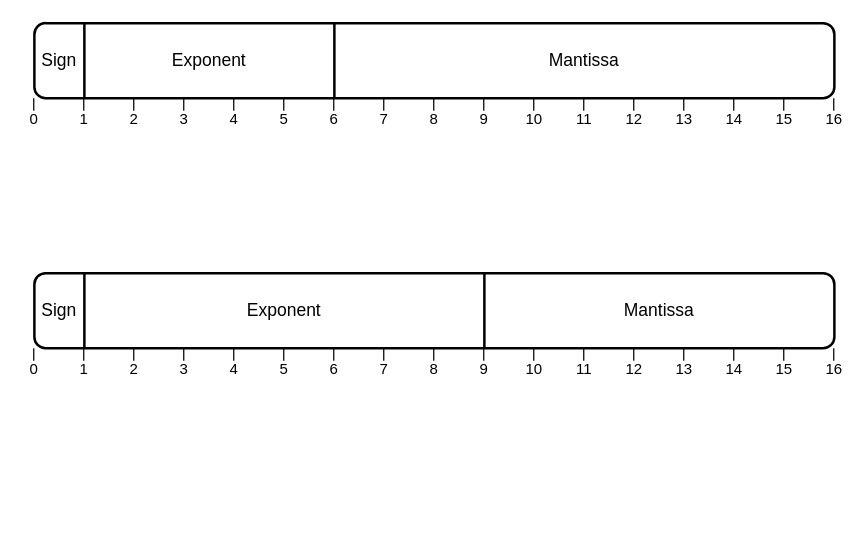
Earlier version of the draw.io diagram assets/float.drawio (data-niklas/master_thesis). Source tidied: cells renumbered, new cells numbered last; positions are measured from the earlier drawing's top-left corner, leaving out a move shared by most shapes. Both pictures are drawn from the tidied source at 125%, with x=0, y=0 at pixel (21, 22).
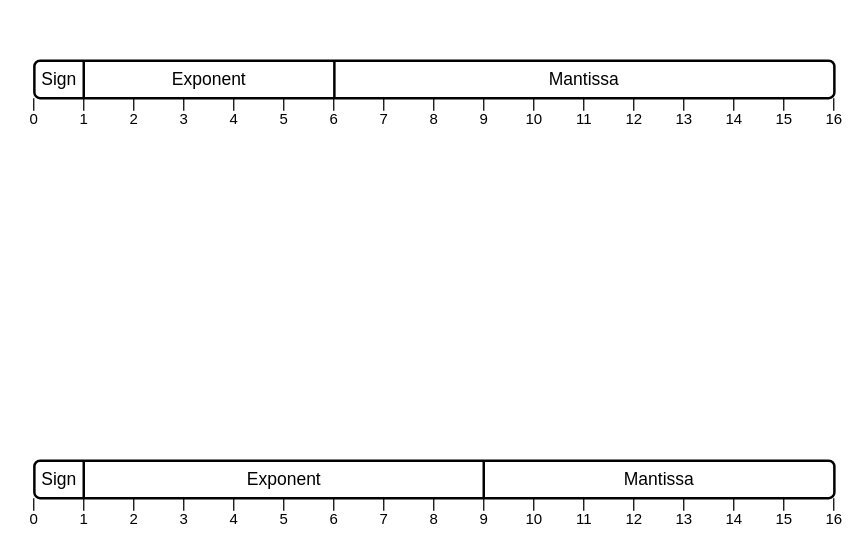
The same page after the edit.

What changed in the source:
```diff
@@
     <mxCell id="2" style="rounded=1;whiteSpace=wrap;html=1;fillColor=default;strokeWidth=2;" parent="1" vertex="1">
-      <mxGeometry x="10" width="640" height="60" as="geometry" />
+      <mxGeometry x="10" y="30" width="640" height="30" as="geometry" />
     </mxCell>
-    <mxCell id="3" style="endArrow=none;html=1;rounded=0;strokeWidth=2;" parent="1" edge="1">
-      <mxGeometry relative="1" as="geometry">
-        <mxPoint x="50" y="60" as="sourcePoint" />
-        <mxPoint x="50" as="targetPoint" />
-      </mxGeometry>
-    </mxCell>
     <mxCell id="4" style="endArrow=none;html=1;rounded=0;strokeWidth=2;" parent="1" edge="1">
       <mxGeometry relative="1" as="geometry">
         <mxPoint x="250" y="60" as="sourcePoint" />
-        <mxPoint x="250" as="targetPoint" />
+        <mxPoint x="250" y="30" as="targetPoint" />
       </mxGeometry>
     </mxCell>
-    <mxCell id="5" style="rounded=1;whiteSpace=wrap;html=1;fillColor=default;strokeWidth=2;" parent="1" vertex="1">
-      <mxGeometry x="10" y="200" width="640" height="60" as="geometry" />
-    </mxCell>
-    <mxCell id="6" style="endArrow=none;html=1;rounded=0;strokeWidth=2;" parent="1" edge="1">
-      <mxGeometry relative="1" as="geometry">
-        <mxPoint x="50" y="260" as="sourcePoint" />
-        <mxPoint x="50" y="200" as="targetPoint" />
-      </mxGeometry>
-    </mxCell>
-    <mxCell id="7" style="endArrow=none;html=1;rounded=0;strokeWidth=2;" parent="1" edge="1">
-      <mxGeometry relative="1" as="geometry">
-        <mxPoint x="370" y="260" as="sourcePoint" />
-        <mxPoint x="370" y="200" as="targetPoint" />
-      </mxGeometry>
-    </mxCell>
@@
-    <mxCell id="40" value="1" style="text;html=1;align=center;verticalAlign=middle;whiteSpace=wrap;rounded=0;spacingTop=3;" parent="1" vertex="1">
-      <mxGeometry x="40" y="260" width="20" height="30" as="geometry" />
-    </mxCell>
-    <mxCell id="41" style="endArrow=none;html=1;rounded=0;strokeWidth=1;" parent="1" edge="1">
-      <mxGeometry relative="1" as="geometry">
-        <mxPoint x="49.5" y="270" as="sourcePoint" />
-        <mxPoint x="49.5" y="260" as="targetPoint" />
-      </mxGeometry>
-    </mxCell>
-    <mxCell id="42" value="2" style="text;html=1;align=center;verticalAlign=middle;whiteSpace=wrap;rounded=0;spacingTop=3;" parent="1" vertex="1">
-      <mxGeometry x="80" y="260" width="20" height="30" as="geometry" />
-    </mxCell>
-    <mxCell id="43" style="endArrow=none;html=1;rounded=0;strokeWidth=1;" parent="1" edge="1">
-      <mxGeometry relative="1" as="geometry">
-        <mxPoint x="89.5" y="270" as="sourcePoint" />
-        <mxPoint x="89.5" y="260" as="targetPoint" />
-      </mxGeometry>
-    </mxCell>
-    <mxCell id="44" value="3" style="text;html=1;align=center;verticalAlign=middle;whiteSpace=wrap;rounded=0;spacingTop=3;" parent="1" vertex="1">
-      <mxGeometry x="120" y="260" width="20" height="30" as="geometry" />
-    </mxCell>
-    <mxCell id="45" style="endArrow=none;html=1;rounded=0;strokeWidth=1;" parent="1" edge="1">
-      <mxGeometry relative="1" as="geometry">
-        <mxPoint x="129.5" y="270" as="sourcePoint" />
-        <mxPoint x="129.5" y="260" as="targetPoint" />
-      </mxGeometry>
-    </mxCell>
-    <mxCell id="46" value="4" style="text;html=1;align=center;verticalAlign=middle;whiteSpace=wrap;rounded=0;spacingTop=3;" parent="1" vertex="1">
-      <mxGeometry x="160" y="260" width="20" height="30" as="geometry" />
-    </mxCell>
-    <mxCell id="47" style="endArrow=none;html=1;rounded=0;strokeWidth=1;" parent="1" edge="1">
-      <mxGeometry relative="1" as="geometry">
-        <mxPoint x="169.5" y="270" as="sourcePoint" />
-        <mxPoint x="169.5" y="260" as="targetPoint" />
-      </mxGeometry>
-    </mxCell>
-    <mxCell id="48" value="5" style="text;html=1;align=center;verticalAlign=middle;whiteSpace=wrap;rounded=0;spacingTop=3;" parent="1" vertex="1">
-      <mxGeometry x="200" y="260" width="20" height="30" as="geometry" />
-    </mxCell>
-    <mxCell id="49" style="endArrow=none;html=1;rounded=0;strokeWidth=1;" parent="1" edge="1">
-      <mxGeometry relative="1" as="geometry">
-        <mxPoint x="209.5" y="270" as="sourcePoint" />
-        <mxPoint x="209.5" y="260" as="targetPoint" />
-      </mxGeometry>
-    </mxCell>
-    <mxCell id="50" value="6" style="text;html=1;align=center;verticalAlign=middle;whiteSpace=wrap;rounded=0;spacingTop=3;" parent="1" vertex="1">
-      <mxGeometry x="240" y="260" width="20" height="30" as="geometry" />
-    </mxCell>
-    <mxCell id="51" style="endArrow=none;html=1;rounded=0;strokeWidth=1;" parent="1" edge="1">
-      <mxGeometry relative="1" as="geometry">
-        <mxPoint x="249.5" y="270" as="sourcePoint" />
-        <mxPoint x="249.5" y="260" as="targetPoint" />
-      </mxGeometry>
-    </mxCell>
-    <mxCell id="52" value="7" style="text;html=1;align=center;verticalAlign=middle;whiteSpace=wrap;rounded=0;spacingTop=3;" parent="1" vertex="1">
-      <mxGeometry x="280" y="260" width="20" height="30" as="geometry" />
-    </mxCell>
-    <mxCell id="53" style="endArrow=none;html=1;rounded=0;strokeWidth=1;" parent="1" edge="1">
-      <mxGeometry relative="1" as="geometry">
-        <mxPoint x="289.5" y="270" as="sourcePoint" />
-        <mxPoint x="289.5" y="260" as="targetPoint" />
-      </mxGeometry>
-    </mxCell>
-    <mxCell id="54" value="8" style="text;html=1;align=center;verticalAlign=middle;whiteSpace=wrap;rounded=0;spacingTop=3;" parent="1" vertex="1">
-      <mxGeometry x="320" y="260" width="20" height="30" as="geometry" />
-    </mxCell>
-    <mxCell id="55" style="endArrow=none;html=1;rounded=0;strokeWidth=1;" parent="1" edge="1">
-      <mxGeometry relative="1" as="geometry">
-        <mxPoint x="329.5" y="270" as="sourcePoint" />
-        <mxPoint x="329.5" y="260" as="targetPoint" />
-      </mxGeometry>
-    </mxCell>
-    <mxCell id="56" value="9" style="text;html=1;align=center;verticalAlign=middle;whiteSpace=wrap;rounded=0;spacingTop=3;" parent="1" vertex="1">
-      <mxGeometry x="360" y="260" width="20" height="30" as="geometry" />
-    </mxCell>
-    <mxCell id="57" style="endArrow=none;html=1;rounded=0;strokeWidth=1;" parent="1" edge="1">
-      <mxGeometry relative="1" as="geometry">
-        <mxPoint x="369.5" y="270" as="sourcePoint" />
-        <mxPoint x="369.5" y="260" as="targetPoint" />
-      </mxGeometry>
-    </mxCell>
-    <mxCell id="58" value="10" style="text;html=1;align=center;verticalAlign=middle;whiteSpace=wrap;rounded=0;spacingTop=3;" parent="1" vertex="1">
-      <mxGeometry x="400" y="260" width="20" height="30" as="geometry" />
-    </mxCell>
-    <mxCell id="59" style="endArrow=none;html=1;rounded=0;strokeWidth=1;" parent="1" edge="1">
-      <mxGeometry relative="1" as="geometry">
-        <mxPoint x="409.5" y="270" as="sourcePoint" />
-        <mxPoint x="409.5" y="260" as="targetPoint" />
-      </mxGeometry>
-    </mxCell>
-    <mxCell id="60" value="11" style="text;html=1;align=center;verticalAlign=middle;whiteSpace=wrap;rounded=0;spacingTop=3;" parent="1" vertex="1">
-      <mxGeometry x="440" y="260" width="20" height="30" as="geometry" />
-    </mxCell>
-    <mxCell id="61" style="endArrow=none;html=1;rounded=0;strokeWidth=1;" parent="1" edge="1">
-      <mxGeometry relative="1" as="geometry">
-        <mxPoint x="449.5" y="270" as="sourcePoint" />
-        <mxPoint x="449.5" y="260" as="targetPoint" />
-      </mxGeometry>
-    </mxCell>
-    <mxCell id="62" value="12" style="text;html=1;align=center;verticalAlign=middle;whiteSpace=wrap;rounded=0;spacingTop=3;" parent="1" vertex="1">
-      <mxGeometry x="480" y="260" width="20" height="30" as="geometry" />
-    </mxCell>
-    <mxCell id="63" style="endArrow=none;html=1;rounded=0;strokeWidth=1;" parent="1" edge="1">
-      <mxGeometry relative="1" as="geometry">
-        <mxPoint x="489.5" y="270" as="sourcePoint" />
-        <mxPoint x="489.5" y="260" as="targetPoint" />
-      </mxGeometry>
-    </mxCell>
-    <mxCell id="64" value="13" style="text;html=1;align=center;verticalAlign=middle;whiteSpace=wrap;rounded=0;spacingTop=3;" parent="1" vertex="1">
-      <mxGeometry x="520" y="260" width="20" height="30" as="geometry" />
-    </mxCell>
-    <mxCell id="65" style="endArrow=none;html=1;rounded=0;strokeWidth=1;" parent="1" edge="1">
-      <mxGeometry relative="1" as="geometry">
-        <mxPoint x="529.5" y="270" as="sourcePoint" />
-        <mxPoint x="529.5" y="260" as="targetPoint" />
-      </mxGeometry>
-    </mxCell>
-    <mxCell id="66" value="14" style="text;html=1;align=center;verticalAlign=middle;whiteSpace=wrap;rounded=0;spacingTop=3;" parent="1" vertex="1">
-      <mxGeometry x="560" y="260" width="20" height="30" as="geometry" />
-    </mxCell>
-    <mxCell id="67" style="endArrow=none;html=1;rounded=0;strokeWidth=1;" parent="1" edge="1">
-      <mxGeometry relative="1" as="geometry">
-        <mxPoint x="569.5" y="270" as="sourcePoint" />
-        <mxPoint x="569.5" y="260" as="targetPoint" />
-      </mxGeometry>
-    </mxCell>
-    <mxCell id="68" value="15" style="text;html=1;align=center;verticalAlign=middle;whiteSpace=wrap;rounded=0;spacingTop=3;" parent="1" vertex="1">
-      <mxGeometry x="600" y="260" width="20" height="30" as="geometry" />
-    </mxCell>
-    <mxCell id="69" style="endArrow=none;html=1;rounded=0;strokeWidth=1;" parent="1" edge="1">
-      <mxGeometry relative="1" as="geometry">
-        <mxPoint x="609.5" y="270" as="sourcePoint" />
-        <mxPoint x="609.5" y="260" as="targetPoint" />
-      </mxGeometry>
-    </mxCell>
-    <mxCell id="70" value="16" style="text;html=1;align=center;verticalAlign=middle;whiteSpace=wrap;rounded=0;spacingTop=3;" parent="1" vertex="1">
-      <mxGeometry x="640" y="260" width="20" height="30" as="geometry" />
-    </mxCell>
-    <mxCell id="71" style="endArrow=none;html=1;rounded=0;strokeWidth=1;" parent="1" edge="1">
-      <mxGeometry relative="1" as="geometry">
-        <mxPoint x="649.5" y="270" as="sourcePoint" />
-        <mxPoint x="649.5" y="260" as="targetPoint" />
-      </mxGeometry>
-    </mxCell>
     <mxCell id="72" value="Exponent" style="text;html=1;align=center;verticalAlign=middle;whiteSpace=wrap;rounded=0;fontSize=14;" parent="1" vertex="1">
-      <mxGeometry x="120" y="15" width="60" height="30" as="geometry" />
+      <mxGeometry x="120" y="30" width="60" height="30" as="geometry" />
     </mxCell>
     <mxCell id="73" value="Mantissa" style="text;html=1;align=center;verticalAlign=middle;whiteSpace=wrap;rounded=0;fontSize=14;" parent="1" vertex="1">
-      <mxGeometry x="420" y="15" width="60" height="30" as="geometry" />
+      <mxGeometry x="420" y="30" width="60" height="30" as="geometry" />
     </mxCell>
     <mxCell id="74" value="Sign" style="text;html=1;align=center;verticalAlign=middle;whiteSpace=wrap;rounded=0;fontSize=14;" parent="1" vertex="1">
-      <mxGeometry y="15" width="60" height="30" as="geometry" />
+      <mxGeometry y="30" width="60" height="30" as="geometry" />
     </mxCell>
+    <mxCell id="78" value="0" style="text;html=1;align=center;verticalAlign=middle;whiteSpace=wrap;rounded=0;spacingTop=3;" parent="1" vertex="1">
+      <mxGeometry y="60" width="20" height="30" as="geometry" />
+    </mxCell>
+    <mxCell id="79" style="endArrow=none;html=1;rounded=0;strokeWidth=1;" parent="1" edge="1">
+      <mxGeometry relative="1" as="geometry">
+        <mxPoint x="9.5" y="70" as="sourcePoint" />
+        <mxPoint x="9.5" y="60" as="targetPoint" />
+      </mxGeometry>
+    </mxCell>
+    <mxCell id="82" style="endArrow=none;html=1;rounded=0;strokeWidth=2;" parent="1" edge="1">
+      <mxGeometry relative="1" as="geometry">
+        <mxPoint x="49.5" y="60" as="sourcePoint" />
+        <mxPoint x="49.5" y="30" as="targetPoint" />
+      </mxGeometry>
+    </mxCell>
+    <mxCell id="83" style="rounded=1;whiteSpace=wrap;html=1;fillColor=default;strokeWidth=2;" parent="1" vertex="1">
+      <mxGeometry x="10" y="350" width="640" height="30" as="geometry" />
+    </mxCell>
+    <mxCell id="84" style="endArrow=none;html=1;rounded=0;strokeWidth=2;" parent="1" edge="1">
+      <mxGeometry relative="1" as="geometry">
+        <mxPoint x="369.5" y="380" as="sourcePoint" />
+        <mxPoint x="369.5" y="350" as="targetPoint" />
+      </mxGeometry>
+    </mxCell>
+    <mxCell id="40" value="1" style="text;html=1;align=center;verticalAlign=middle;whiteSpace=wrap;rounded=0;spacingTop=3;" parent="1" vertex="1">
+      <mxGeometry x="40" y="380" width="20" height="30" as="geometry" />
+    </mxCell>
+    <mxCell id="85" style="endArrow=none;html=1;rounded=0;strokeWidth=1;" parent="1" edge="1">
+      <mxGeometry relative="1" as="geometry">
+        <mxPoint x="49.5" y="390" as="sourcePoint" />
+        <mxPoint x="49.5" y="380" as="targetPoint" />
+      </mxGeometry>
+    </mxCell>
+    <mxCell id="42" value="2" style="text;html=1;align=center;verticalAlign=middle;whiteSpace=wrap;rounded=0;spacingTop=3;" parent="1" vertex="1">
+      <mxGeometry x="80" y="380" width="20" height="30" as="geometry" />
+    </mxCell>
+    <mxCell id="86" style="endArrow=none;html=1;rounded=0;strokeWidth=1;" parent="1" edge="1">
+      <mxGeometry relative="1" as="geometry">
+        <mxPoint x="89.5" y="390" as="sourcePoint" />
+        <mxPoint x="89.5" y="380" as="targetPoint" />
+      </mxGeometry>
+    </mxCell>
+    <mxCell id="44" value="3" style="text;html=1;align=center;verticalAlign=middle;whiteSpace=wrap;rounded=0;spacingTop=3;" parent="1" vertex="1">
+      <mxGeometry x="120" y="380" width="20" height="30" as="geometry" />
+    </mxCell>
+    <mxCell id="87" style="endArrow=none;html=1;rounded=0;strokeWidth=1;" parent="1" edge="1">
+      <mxGeometry relative="1" as="geometry">
+        <mxPoint x="129.5" y="390" as="sourcePoint" />
+        <mxPoint x="129.5" y="380" as="targetPoint" />
+      </mxGeometry>
+    </mxCell>
+    <mxCell id="46" value="4" style="text;html=1;align=center;verticalAlign=middle;whiteSpace=wrap;rounded=0;spacingTop=3;" parent="1" vertex="1">
+      <mxGeometry x="160" y="380" width="20" height="30" as="geometry" />
+    </mxCell>
+    <mxCell id="88" style="endArrow=none;html=1;rounded=0;strokeWidth=1;" parent="1" edge="1">
+      <mxGeometry relative="1" as="geometry">
+        <mxPoint x="169.5" y="390" as="sourcePoint" />
+        <mxPoint x="169.5" y="380" as="targetPoint" />
+      </mxGeometry>
+    </mxCell>
+    <mxCell id="48" value="5" style="text;html=1;align=center;verticalAlign=middle;whiteSpace=wrap;rounded=0;spacingTop=3;" parent="1" vertex="1">
+      <mxGeometry x="200" y="380" width="20" height="30" as="geometry" />
+    </mxCell>
+    <mxCell id="89" style="endArrow=none;html=1;rounded=0;strokeWidth=1;" parent="1" edge="1">
+      <mxGeometry relative="1" as="geometry">
+        <mxPoint x="209.5" y="390" as="sourcePoint" />
+        <mxPoint x="209.5" y="380" as="targetPoint" />
+      </mxGeometry>
+    </mxCell>
+    <mxCell id="50" value="6" style="text;html=1;align=center;verticalAlign=middle;whiteSpace=wrap;rounded=0;spacingTop=3;" parent="1" vertex="1">
+      <mxGeometry x="240" y="380" width="20" height="30" as="geometry" />
+    </mxCell>
+    <mxCell id="90" style="endArrow=none;html=1;rounded=0;strokeWidth=1;" parent="1" edge="1">
+      <mxGeometry relative="1" as="geometry">
+        <mxPoint x="249.5" y="390" as="sourcePoint" />
+        <mxPoint x="249.5" y="380" as="targetPoint" />
+      </mxGeometry>
+    </mxCell>
+    <mxCell id="52" value="7" style="text;html=1;align=center;verticalAlign=middle;whiteSpace=wrap;rounded=0;spacingTop=3;" parent="1" vertex="1">
+      <mxGeometry x="280" y="380" width="20" height="30" as="geometry" />
+    </mxCell>
+    <mxCell id="91" style="endArrow=none;html=1;rounded=0;strokeWidth=1;" parent="1" edge="1">
+      <mxGeometry relative="1" as="geometry">
+        <mxPoint x="289.5" y="390" as="sourcePoint" />
+        <mxPoint x="289.5" y="380" as="targetPoint" />
+      </mxGeometry>
+    </mxCell>
+    <mxCell id="54" value="8" style="text;html=1;align=center;verticalAlign=middle;whiteSpace=wrap;rounded=0;spacingTop=3;" parent="1" vertex="1">
+      <mxGeometry x="320" y="380" width="20" height="30" as="geometry" />
+    </mxCell>
+    <mxCell id="92" style="endArrow=none;html=1;rounded=0;strokeWidth=1;" parent="1" edge="1">
+      <mxGeometry relative="1" as="geometry">
+        <mxPoint x="329.5" y="390" as="sourcePoint" />
+        <mxPoint x="329.5" y="380" as="targetPoint" />
+      </mxGeometry>
+    </mxCell>
+    <mxCell id="56" value="9" style="text;html=1;align=center;verticalAlign=middle;whiteSpace=wrap;rounded=0;spacingTop=3;" parent="1" vertex="1">
+      <mxGeometry x="360" y="380" width="20" height="30" as="geometry" />
+    </mxCell>
+    <mxCell id="93" style="endArrow=none;html=1;rounded=0;strokeWidth=1;" parent="1" edge="1">
+      <mxGeometry relative="1" as="geometry">
+        <mxPoint x="369.5" y="390" as="sourcePoint" />
+        <mxPoint x="369.5" y="380" as="targetPoint" />
+      </mxGeometry>
+    </mxCell>
+    <mxCell id="58" value="10" style="text;html=1;align=center;verticalAlign=middle;whiteSpace=wrap;rounded=0;spacingTop=3;" parent="1" vertex="1">
+      <mxGeometry x="400" y="380" width="20" height="30" as="geometry" />
+    </mxCell>
+    <mxCell id="94" style="endArrow=none;html=1;rounded=0;strokeWidth=1;" parent="1" edge="1">
+      <mxGeometry relative="1" as="geometry">
+        <mxPoint x="409.5" y="390" as="sourcePoint" />
+        <mxPoint x="409.5" y="380" as="targetPoint" />
+      </mxGeometry>
+    </mxCell>
+    <mxCell id="60" value="11" style="text;html=1;align=center;verticalAlign=middle;whiteSpace=wrap;rounded=0;spacingTop=3;" parent="1" vertex="1">
+      <mxGeometry x="440" y="380" width="20" height="30" as="geometry" />
+    </mxCell>
+    <mxCell id="95" style="endArrow=none;html=1;rounded=0;strokeWidth=1;" parent="1" edge="1">
+      <mxGeometry relative="1" as="geometry">
+        <mxPoint x="449.5" y="390" as="sourcePoint" />
+        <mxPoint x="449.5" y="380" as="targetPoint" />
+      </mxGeometry>
+    </mxCell>
+    <mxCell id="62" value="12" style="text;html=1;align=center;verticalAlign=middle;whiteSpace=wrap;rounded=0;spacingTop=3;" parent="1" vertex="1">
+      <mxGeometry x="480" y="380" width="20" height="30" as="geometry" />
+    </mxCell>
+    <mxCell id="96" style="endArrow=none;html=1;rounded=0;strokeWidth=1;" parent="1" edge="1">
+      <mxGeometry relative="1" as="geometry">
+        <mxPoint x="489.5" y="390" as="sourcePoint" />
+        <mxPoint x="489.5" y="380" as="targetPoint" />
+      </mxGeometry>
+    </mxCell>
+    <mxCell id="64" value="13" style="text;html=1;align=center;verticalAlign=middle;whiteSpace=wrap;rounded=0;spacingTop=3;" parent="1" vertex="1">
+      <mxGeometry x="520" y="380" width="20" height="30" as="geometry" />
+    </mxCell>
+    <mxCell id="97" style="endArrow=none;html=1;rounded=0;strokeWidth=1;" parent="1" edge="1">
+      <mxGeometry relative="1" as="geometry">
+        <mxPoint x="529.5" y="390" as="sourcePoint" />
+        <mxPoint x="529.5" y="380" as="targetPoint" />
+      </mxGeometry>
+    </mxCell>
+    <mxCell id="66" value="14" style="text;html=1;align=center;verticalAlign=middle;whiteSpace=wrap;rounded=0;spacingTop=3;" parent="1" vertex="1">
+      <mxGeometry x="560" y="380" width="20" height="30" as="geometry" />
+    </mxCell>
+    <mxCell id="98" style="endArrow=none;html=1;rounded=0;strokeWidth=1;" parent="1" edge="1">
+      <mxGeometry relative="1" as="geometry">
+        <mxPoint x="569.5" y="390" as="sourcePoint" />
+        <mxPoint x="569.5" y="380" as="targetPoint" />
+      </mxGeometry>
+    </mxCell>
+    <mxCell id="68" value="15" style="text;html=1;align=center;verticalAlign=middle;whiteSpace=wrap;rounded=0;spacingTop=3;" parent="1" vertex="1">
+      <mxGeometry x="600" y="380" width="20" height="30" as="geometry" />
+    </mxCell>
+    <mxCell id="99" style="endArrow=none;html=1;rounded=0;strokeWidth=1;" parent="1" edge="1">
+      <mxGeometry relative="1" as="geometry">
+        <mxPoint x="609.5" y="390" as="sourcePoint" />
+        <mxPoint x="609.5" y="380" as="targetPoint" />
+      </mxGeometry>
+    </mxCell>
+    <mxCell id="70" value="16" style="text;html=1;align=center;verticalAlign=middle;whiteSpace=wrap;rounded=0;spacingTop=3;" parent="1" vertex="1">
+      <mxGeometry x="640" y="380" width="20" height="30" as="geometry" />
+    </mxCell>
+    <mxCell id="100" style="endArrow=none;html=1;rounded=0;strokeWidth=1;" parent="1" edge="1">
+      <mxGeometry relative="1" as="geometry">
+        <mxPoint x="649.5" y="390" as="sourcePoint" />
+        <mxPoint x="649.5" y="380" as="targetPoint" />
+      </mxGeometry>
+    </mxCell>
     <mxCell id="75" value="Exponent" style="text;html=1;align=center;verticalAlign=middle;whiteSpace=wrap;rounded=0;fontSize=14;" parent="1" vertex="1">
-      <mxGeometry x="180" y="215" width="60" height="30" as="geometry" />
+      <mxGeometry x="180" y="350" width="60" height="30" as="geometry" />
     </mxCell>
     <mxCell id="76" value="Mantissa" style="text;html=1;align=center;verticalAlign=middle;whiteSpace=wrap;rounded=0;fontSize=14;" parent="1" vertex="1">
-      <mxGeometry x="480" y="215" width="60" height="30" as="geometry" />
+      <mxGeometry x="480" y="350" width="60" height="30" as="geometry" />
     </mxCell>
     <mxCell id="77" value="Sign" style="text;html=1;align=center;verticalAlign=middle;whiteSpace=wrap;rounded=0;fontSize=14;" parent="1" vertex="1">
-      <mxGeometry y="215" width="60" height="30" as="geometry" />
+      <mxGeometry y="350" width="60" height="30" as="geometry" />
     </mxCell>
-    <mxCell id="78" value="0" style="text;html=1;align=center;verticalAlign=middle;whiteSpace=wrap;rounded=0;spacingTop=3;" parent="1" vertex="1">
-      <mxGeometry y="60" width="20" height="30" as="geometry" />
-    </mxCell>
-    <mxCell id="79" style="endArrow=none;html=1;rounded=0;strokeWidth=1;" parent="1" edge="1">
-      <mxGeometry relative="1" as="geometry">
-        <mxPoint x="9.5" y="70" as="sourcePoint" />
-        <mxPoint x="9.5" y="60" as="targetPoint" />
-      </mxGeometry>
-    </mxCell>
     <mxCell id="80" value="0" style="text;html=1;align=center;verticalAlign=middle;whiteSpace=wrap;rounded=0;spacingTop=3;" parent="1" vertex="1">
-      <mxGeometry y="260" width="20" height="30" as="geometry" />
+      <mxGeometry y="380" width="20" height="30" as="geometry" />
     </mxCell>
-    <mxCell id="81" style="endArrow=none;html=1;rounded=0;strokeWidth=1;" parent="1" edge="1">
-      <mxGeometry relative="1" as="geometry">
-        <mxPoint x="9.5" y="270" as="sourcePoint" />
-        <mxPoint x="9.5" y="260" as="targetPoint" />
-      </mxGeometry>
-    </mxCell>
+    <mxCell id="101" style="endArrow=none;html=1;rounded=0;strokeWidth=1;" parent="1" edge="1">
+      <mxGeometry relative="1" as="geometry">
+        <mxPoint x="9.5" y="390" as="sourcePoint" />
+        <mxPoint x="9.5" y="380" as="targetPoint" />
+      </mxGeometry>
+    </mxCell>
+    <mxCell id="102" style="endArrow=none;html=1;rounded=0;strokeWidth=2;" parent="1" edge="1">
+      <mxGeometry relative="1" as="geometry">
+        <mxPoint x="49.5" y="380" as="sourcePoint" />
+        <mxPoint x="49.5" y="350" as="targetPoint" />
+      </mxGeometry>
+    </mxCell>
```
